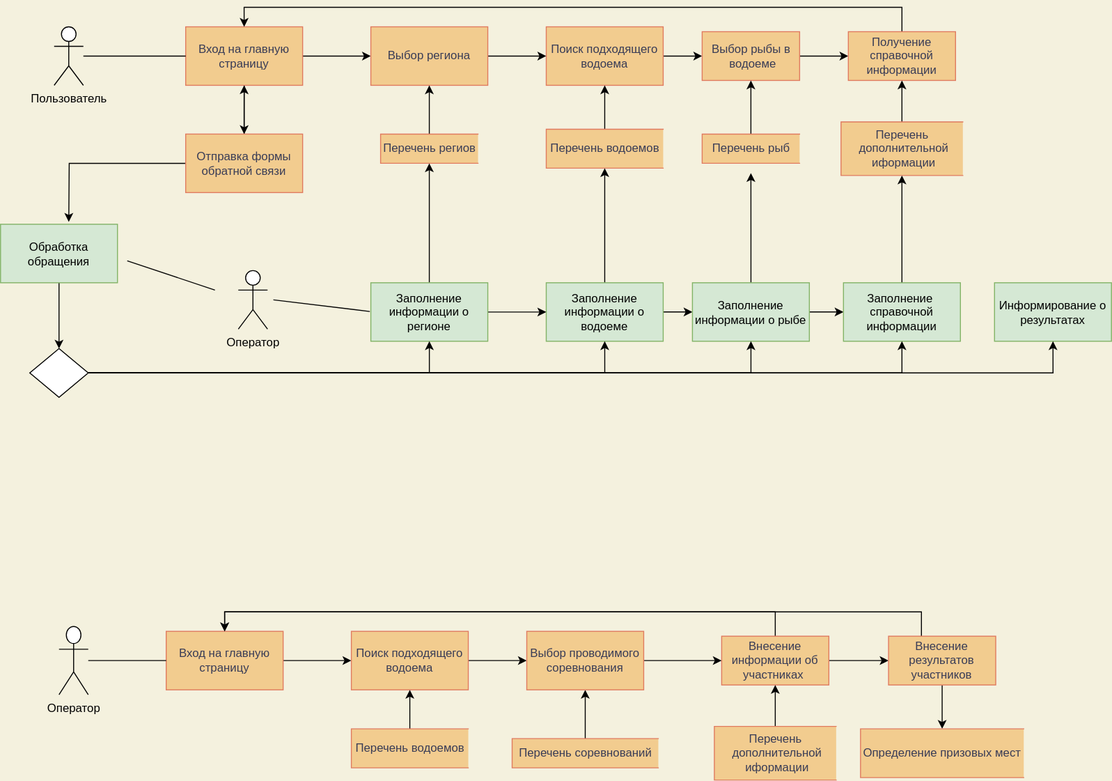
This is DFD latest.svg from Gsuslov/site, a draw.io export, as it was before one commit. Source tidied: cells renumbered, new cells last; positions are measured from the earlier drawing's top-left corner, leaving out a move shared by most shapes.
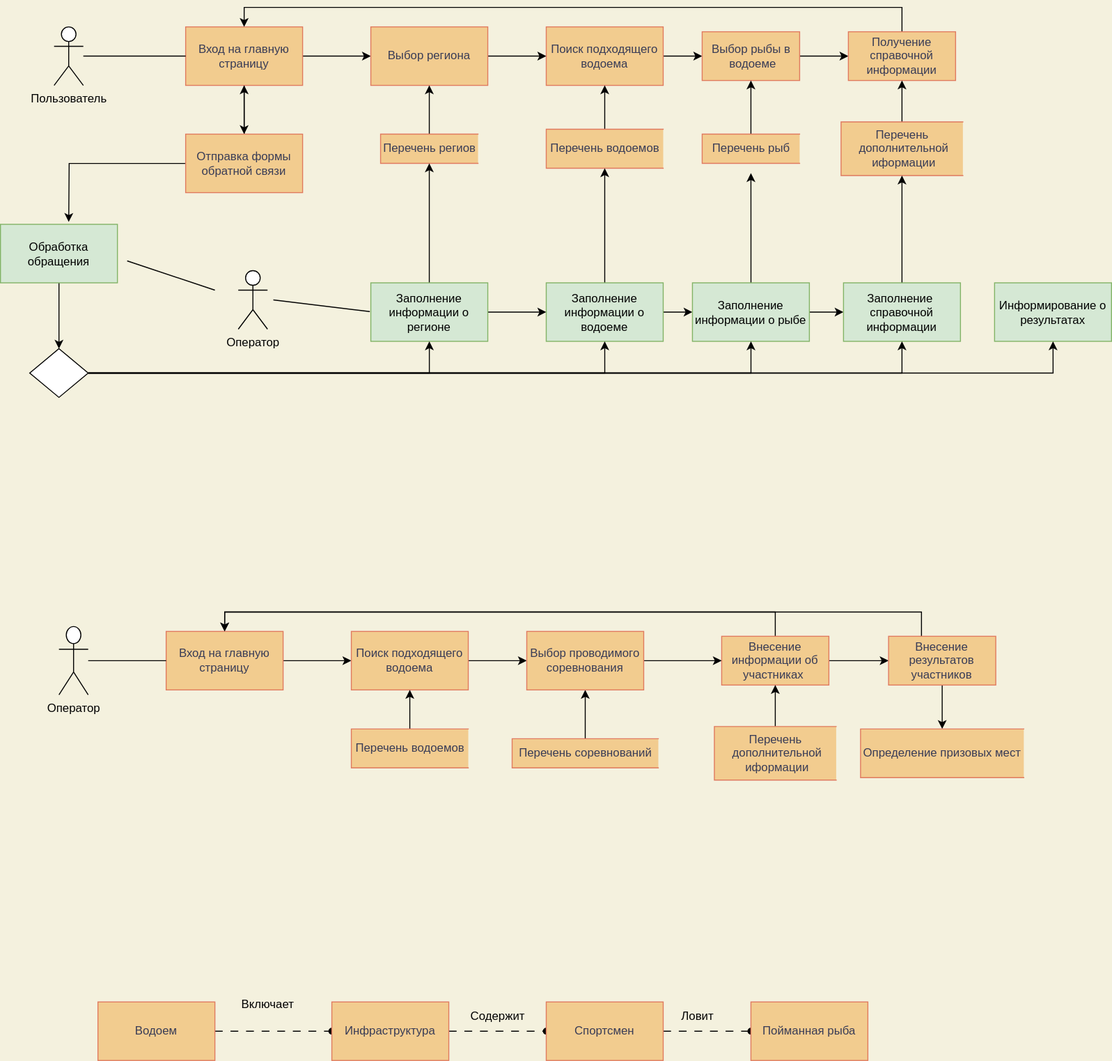
The same diagram one commit later.

Change to the diagram source:
```diff
@@ -233,5 +233,35 @@
     <mxCell id="69" value="Определение призовых мест" style="html=1;dashed=0;whitespace=wrap;shape=partialRectangle;right=0;fillColor=#F2CC8F;strokeColor=#E07A5F;fontColor=#393C56;" parent="1" vertex="1">
       <mxGeometry x="882.5" y="740" width="167.5" height="50" as="geometry" />
     </mxCell>
+    <mxCell id="70" style="edgeStyle=orthogonalEdgeStyle;rounded=0;jettySize=auto;html=1;dashed=1;dashPattern=8 8;endArrow=oval;endFill=1;" parent="1" edge="1" source="71" target="73">
+      <mxGeometry relative="1" as="geometry" />
+    </mxCell>
+    <mxCell id="71" value="Водоем" style="rounded=0;whiteSpace=wrap;html=1;fillColor=#F2CC8F;strokeColor=#E07A5F;fontColor=#393C56;" parent="1" vertex="1">
+      <mxGeometry x="100" y="1020" width="120" height="60" as="geometry" />
+    </mxCell>
+    <mxCell id="72" style="edgeStyle=orthogonalEdgeStyle;rounded=0;jettySize=auto;html=1;endArrow=oval;endFill=1;dashed=1;dashPattern=8 8;" parent="1" edge="1" source="73" target="75">
+      <mxGeometry relative="1" as="geometry" />
+    </mxCell>
+    <mxCell id="73" value="Инфраструктура" style="rounded=0;whiteSpace=wrap;html=1;fillColor=#F2CC8F;strokeColor=#E07A5F;fontColor=#393C56;" parent="1" vertex="1">
+      <mxGeometry x="340" y="1020" width="120" height="60" as="geometry" />
+    </mxCell>
+    <mxCell id="74" style="edgeStyle=orthogonalEdgeStyle;rounded=0;jettySize=auto;html=1;endArrow=oval;endFill=1;dashed=1;dashPattern=8 8;" parent="1" edge="1" source="75" target="76">
+      <mxGeometry relative="1" as="geometry" />
+    </mxCell>
+    <mxCell id="75" value="Спортсмен" style="rounded=0;whiteSpace=wrap;html=1;fillColor=#F2CC8F;strokeColor=#E07A5F;fontColor=#393C56;" parent="1" vertex="1">
+      <mxGeometry x="560" y="1020" width="120" height="60" as="geometry" />
+    </mxCell>
+    <mxCell id="76" value="Пойманная рыба" style="rounded=0;whiteSpace=wrap;html=1;fillColor=#F2CC8F;strokeColor=#E07A5F;fontColor=#393C56;" parent="1" vertex="1">
+      <mxGeometry x="770" y="1020" width="120" height="60" as="geometry" />
+    </mxCell>
+    <mxCell id="77" value="Включает" style="text;html=1;align=center;verticalAlign=middle;strokeColor=none;fillColor=none;" parent="1" vertex="1">
+      <mxGeometry x="234" y="1008" width="80" height="30" as="geometry" />
+    </mxCell>
+    <mxCell id="78" value="Содержит" style="text;html=1;align=center;verticalAlign=middle;strokeColor=none;fillColor=none;" parent="1" vertex="1">
+      <mxGeometry x="470" y="1020" width="80" height="30" as="geometry" />
+    </mxCell>
+    <mxCell id="79" value="Ловит" style="text;html=1;align=center;verticalAlign=middle;strokeColor=none;fillColor=none;" parent="1" vertex="1">
+      <mxGeometry x="685" y="1020" width="60" height="30" as="geometry" />
+    </mxCell>
   </root>
 </mxGraphModel>
```
